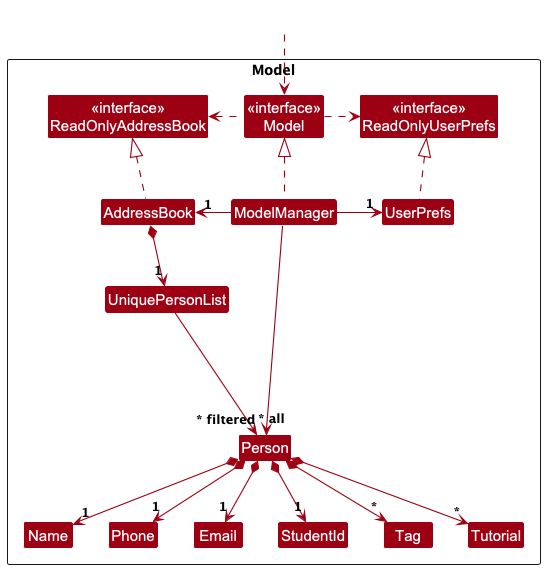
This is docs/images/ModelClassDiagram.png from nus-cs2103-AY2425S1/tp, a PlantUML export, as it was before one commit.
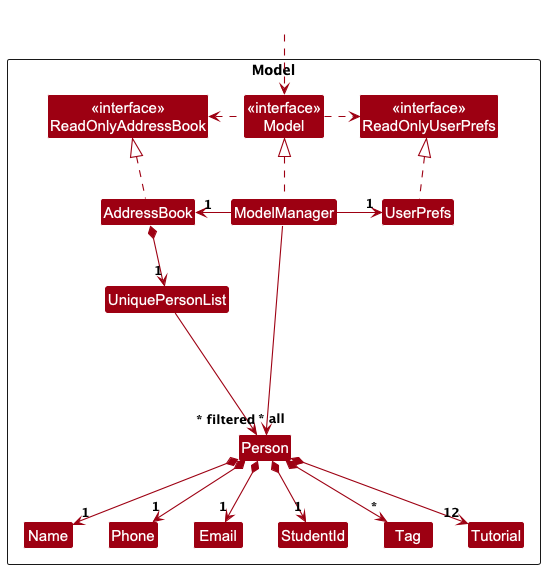
After the change.

Commit message:
Change multiplicity of Tutorial Class

The edit, as a diff of the source:
```diff
@@ -43,7 +43,7 @@
 Person *--> "1" Email
 Person *--> "1" StudentId
 Person *--> "*" Tag
-Person *--> "*" Tutorial
+Person *--> "12" Tutorial
 
 Person -[hidden]up--> I
 UniquePersonList -[hidden]right-> I
```
